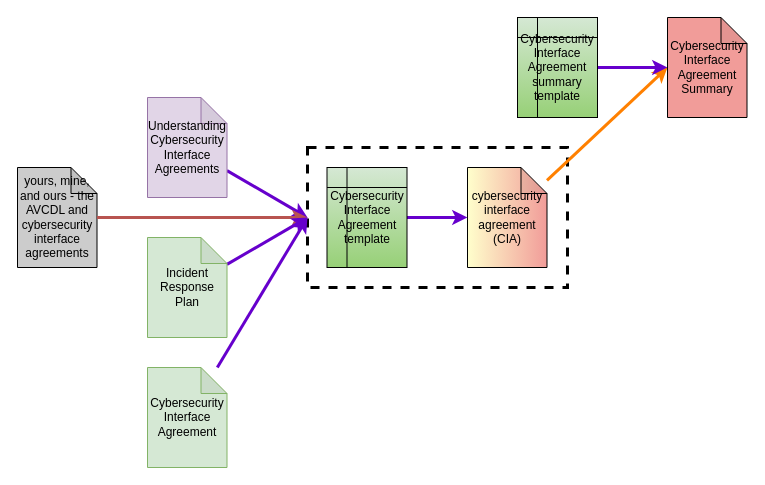
The draw.io diagram page "CIA" (8 of 11) of source/reference_documents/elaboration_documents/Understanding Supply Chain Interaction in an AVCDL Context/images/source/supply chain Interaction overview.drawio in nutonomy/AVCDL, before the edit. Source tidied: cells renumbered, new cells numbered last; positions are measured from the earlier drawing's top-left corner, leaving out a move shared by most shapes. Both pictures are drawn from the tidied source at 100%, with x=0, y=0 at pixel (17, 17).
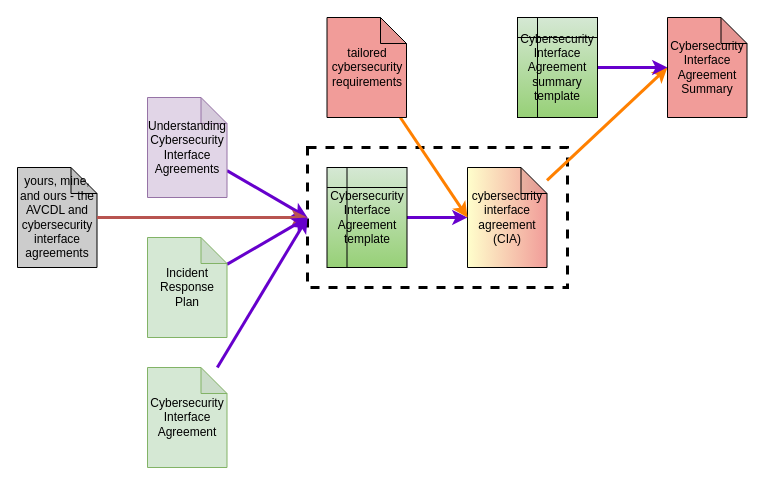
After the change.

Diff of the diagram source:
```diff
@@
 <mxGraphModel>
   <root>
     <mxCell id="0" />
     <mxCell id="1" parent="0" />
     <mxCell id="2" style="rounded=0;whiteSpace=wrap;html=1;fillColor=none;strokeWidth=3;dashed=1;" parent="1" vertex="1">
       <mxGeometry x="290" y="130" width="260" height="140" as="geometry" />
     </mxCell>
     <mxCell id="3" value="cybersecurity&lt;br&gt;interface&lt;br&gt;agreement&lt;br&gt;(CIA)" style="shape=note;whiteSpace=wrap;html=1;backgroundOutline=1;darkOpacity=0.05;size=26;gradientColor=#F19C99;gradientDirection=east;fillColor=#FFFFCC;" parent="1" vertex="1">
       <mxGeometry x="450" y="150" width="79.5" height="100" as="geometry" />
     </mxCell>
     <mxCell id="4" style="edgeStyle=none;rounded=0;jettySize=auto;html=1;entryX=0;entryY=0.5;entryDx=0;entryDy=0;entryPerimeter=0;strokeColor=#6600CC;strokeWidth=3;" parent="1" edge="1" source="5" target="3">
       <mxGeometry relative="1" as="geometry" />
     </mxCell>
     <mxCell id="5" value="Cybersecurity&lt;br&gt;Interface&lt;br&gt;Agreement&lt;br&gt;template" style="shape=internalStorage;whiteSpace=wrap;html=1;backgroundOutline=1;fillColor=#d5e8d4;strokeColor=#000000;gradientColor=#97d077;" parent="1" vertex="1">
       <mxGeometry x="309.5" y="150" width="80" height="100" as="geometry" />
     </mxCell>
     <mxCell id="6" style="edgeStyle=none;rounded=0;jettySize=auto;html=1;entryX=0;entryY=0.5;entryDx=0;entryDy=0;strokeColor=#6600CC;strokeWidth=3;" parent="1" edge="1" source="7" target="2">
       <mxGeometry relative="1" as="geometry" />
     </mxCell>
     <mxCell id="7" value="Understanding Cybersecurity Interface&lt;br&gt;Agreements" style="shape=note;whiteSpace=wrap;html=1;backgroundOutline=1;darkOpacity=0.05;size=26;fillColor=#e1d5e7;strokeColor=#9673a6;" parent="1" vertex="1">
       <mxGeometry x="130" y="80" width="79.5" height="100" as="geometry" />
     </mxCell>
     <mxCell id="8" value="yours, mine, and ours - the AVCDL and cybersecurity interface agreements" style="shape=note;whiteSpace=wrap;html=1;backgroundOutline=1;darkOpacity=0.05;size=26;fillColor=#CCCCCC;strokeColor=#000000;" parent="1" vertex="1">
       <mxGeometry y="150" width="79.5" height="100" as="geometry" />
     </mxCell>
     <mxCell id="9" style="edgeStyle=none;rounded=0;jettySize=auto;html=1;strokeColor=#b85450;strokeWidth=3;fillColor=#f8cecc;" parent="1" edge="1" source="8" target="2">
       <mxGeometry relative="1" as="geometry" />
     </mxCell>
     <mxCell id="10" style="edgeStyle=none;rounded=0;jettySize=auto;html=1;entryX=0;entryY=0.5;entryDx=0;entryDy=0;strokeColor=#6600CC;strokeWidth=3;fontSize=14;" parent="1" edge="1" source="11" target="2">
       <mxGeometry relative="1" as="geometry" />
     </mxCell>
     <mxCell id="11" value="Incident&lt;br&gt;Response&lt;br&gt;Plan" style="shape=note;whiteSpace=wrap;html=1;backgroundOutline=1;darkOpacity=0.05;size=26;fillColor=#d5e8d4;strokeColor=#82b366;" parent="1" vertex="1">
       <mxGeometry x="130" y="220" width="79.5" height="100" as="geometry" />
     </mxCell>
     <mxCell id="12" style="edgeStyle=none;rounded=0;jettySize=auto;html=1;strokeColor=#FF8000;strokeWidth=3;entryX=0;entryY=0.5;entryDx=0;entryDy=0;entryPerimeter=0;" parent="1" edge="1" source="3" target="15">
       <mxGeometry relative="1" as="geometry" />
     </mxCell>
     <mxCell id="13" style="edgeStyle=none;rounded=0;jettySize=auto;html=1;entryX=0;entryY=0.5;entryDx=0;entryDy=0;entryPerimeter=0;strokeColor=#6600CC;strokeWidth=3;" parent="1" edge="1" source="14" target="15">
       <mxGeometry relative="1" as="geometry" />
     </mxCell>
     <mxCell id="14" value="Cybersecurity&lt;br&gt;Interface&lt;br&gt;Agreement&lt;br&gt;summary&lt;br&gt;template" style="shape=internalStorage;whiteSpace=wrap;html=1;backgroundOutline=1;fillColor=#d5e8d4;strokeColor=#000000;gradientColor=#97d077;" parent="1" vertex="1">
       <mxGeometry x="500" width="80" height="100" as="geometry" />
     </mxCell>
     <mxCell id="15" value="Cybersecurity&lt;br&gt;Interface&lt;br&gt;Agreement&lt;br&gt;Summary" style="shape=note;whiteSpace=wrap;html=1;backgroundOutline=1;darkOpacity=0.05;size=26;fillColor=#F19C99;" parent="1" vertex="1">
       <mxGeometry x="650" width="79.5" height="100" as="geometry" />
     </mxCell>
     <mxCell id="16" value="Cybersecurity Interface Agreement" style="shape=note;whiteSpace=wrap;html=1;backgroundOutline=1;darkOpacity=0.05;size=26;fillColor=#d5e8d4;strokeColor=#82b366;" parent="1" vertex="1">
       <mxGeometry x="130" y="350" width="79.5" height="100" as="geometry" />
     </mxCell>
     <mxCell id="17" style="edgeStyle=none;rounded=0;jettySize=auto;html=1;entryX=0;entryY=0.5;entryDx=0;entryDy=0;strokeColor=#6600CC;strokeWidth=3;fontSize=14;" parent="1" edge="1" source="16" target="2">
       <mxGeometry relative="1" as="geometry" />
     </mxCell>
+    <mxCell id="18" style="edgeStyle=none;rounded=0;jettySize=auto;html=1;entryX=0;entryY=0.5;entryDx=0;entryDy=0;entryPerimeter=0;labelBackgroundColor=none;strokeColor=#FF8000;strokeWidth=3;" parent="1" edge="1" source="19" target="3">
+      <mxGeometry relative="1" as="geometry" />
+    </mxCell>
+    <mxCell id="19" value="tailored&lt;br&gt;cybersecurity&lt;br&gt;requirements" style="shape=note;whiteSpace=wrap;html=1;backgroundOutline=1;darkOpacity=0.05;size=26;fillColor=#F19C99;" parent="1" vertex="1">
+      <mxGeometry x="309.5" width="79.5" height="100" as="geometry" />
+    </mxCell>
   </root>
 </mxGraphModel>
```
